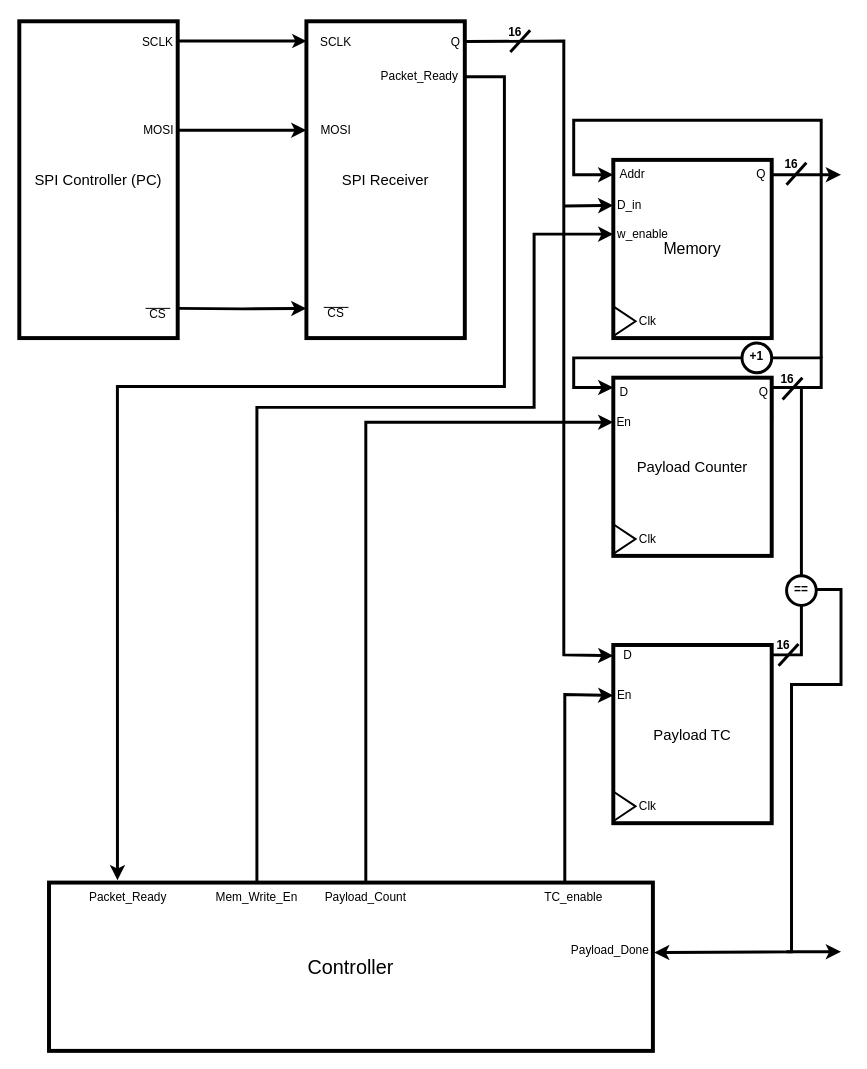
This is page "Bootloader" (1 of 2) of docs/diagrams/XML_Files/RTL_diagrams.drawio from adityab7106/RiSC-16, a draw.io file, before an edit. Source tidied: cells renumbered, new cells numbered last; positions are measured from the earlier drawing's top-left corner, leaving out a move shared by most shapes. Both pictures are drawn from the tidied source at 99%, with x=0, y=0 at pixel (19, 17).
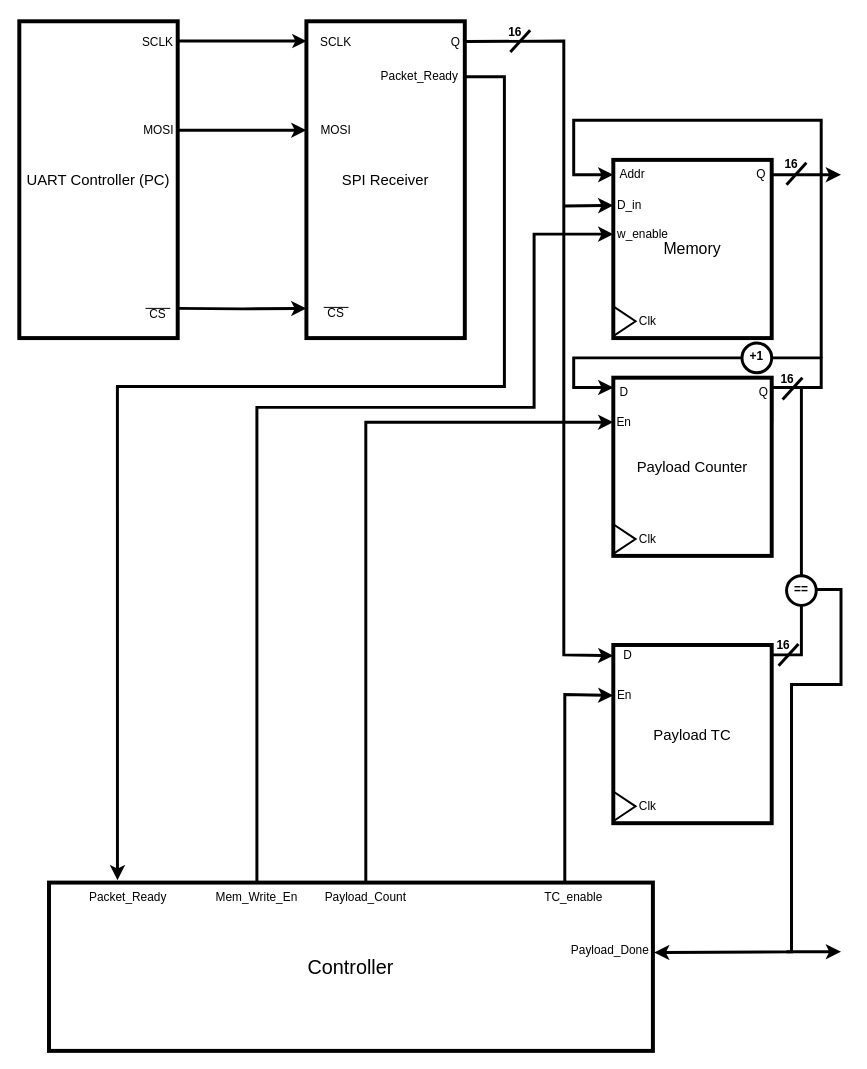
The same diagram, later.

Change to the diagram source:
```diff
@@
-    <mxCell id="6" value="&lt;font style=&quot;font-size: 15px;&quot;&gt;SPI Controller (PC)&lt;/font&gt;" style="rounded=0;whiteSpace=wrap;html=1;strokeWidth=4;" parent="1" vertex="1">
+    <mxCell id="6" value="&lt;font style=&quot;font-size: 15px;&quot;&gt;UART Controller (PC)&lt;/font&gt;" style="rounded=0;whiteSpace=wrap;html=1;strokeWidth=4;" parent="1" vertex="1">
       <mxGeometry y="4" width="160" height="320" as="geometry" />
     </mxCell>
```
